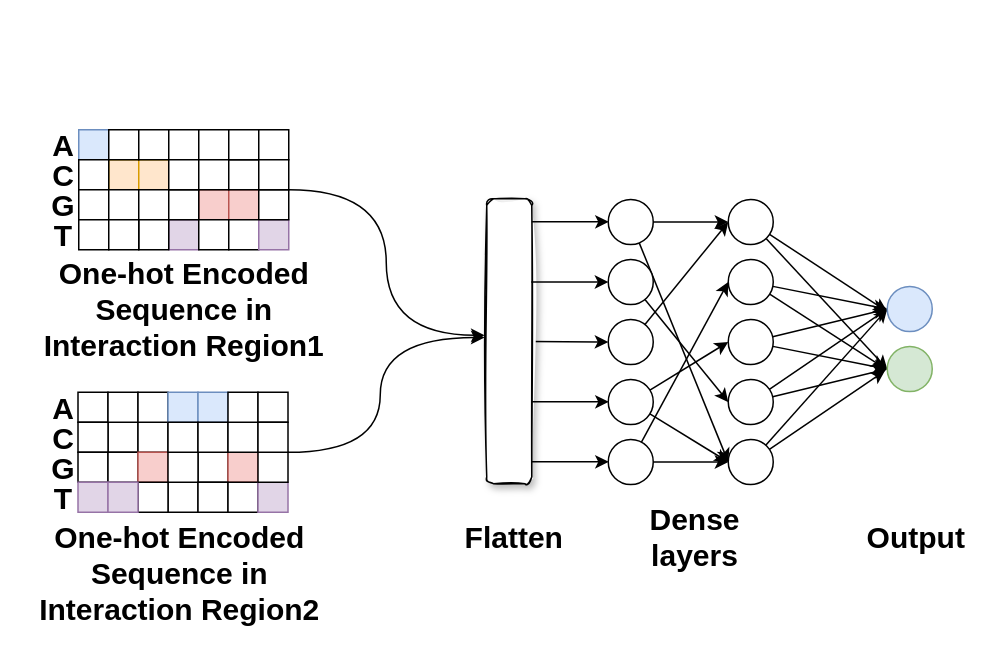
Before: onehot_dense.drawio in NaiveTom/draw.io, a draw.io diagram. Source tidied: cells renumbered, new cells numbered last; positions are measured from the earlier drawing's top-left corner, leaving out a move shared by most shapes. Both pictures are drawn from the tidied source at 150%, with x=0, y=0 at pixel (26, 129).
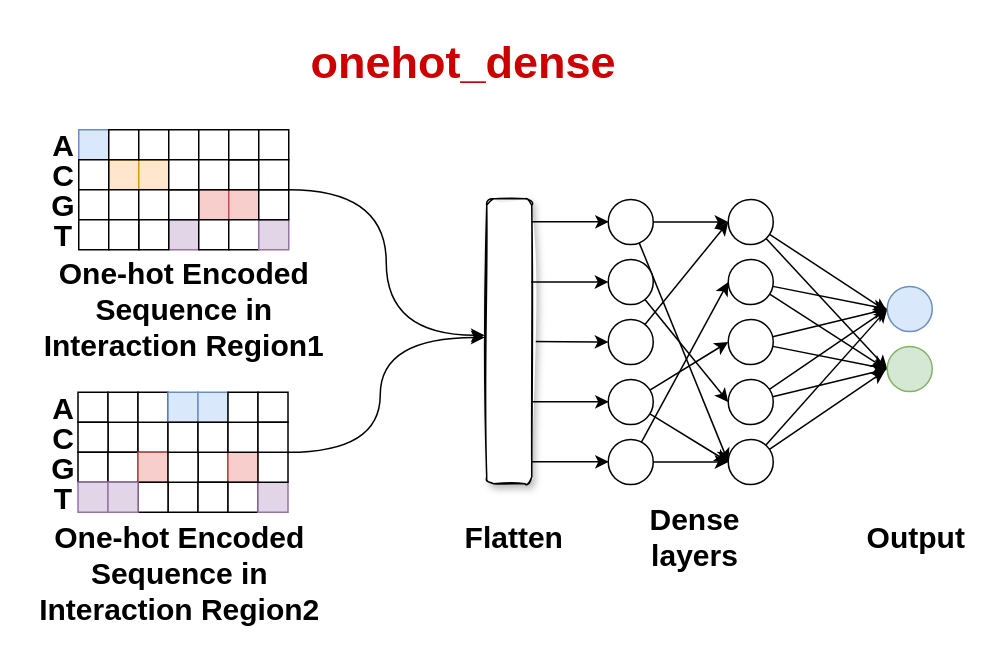
The same page after the edit.

The edit, as a diff of the source:
```diff
@@
+    <mxCell id="111" value="onehot_dense" style="text;whiteSpace=wrap;html=1;fontSize=30;fontStyle=1;fontColor=#CC0000;" parent="1" vertex="1">
+      <mxGeometry x="188" y="-69" width="310" height="40" as="geometry" />
+    </mxCell>
```
